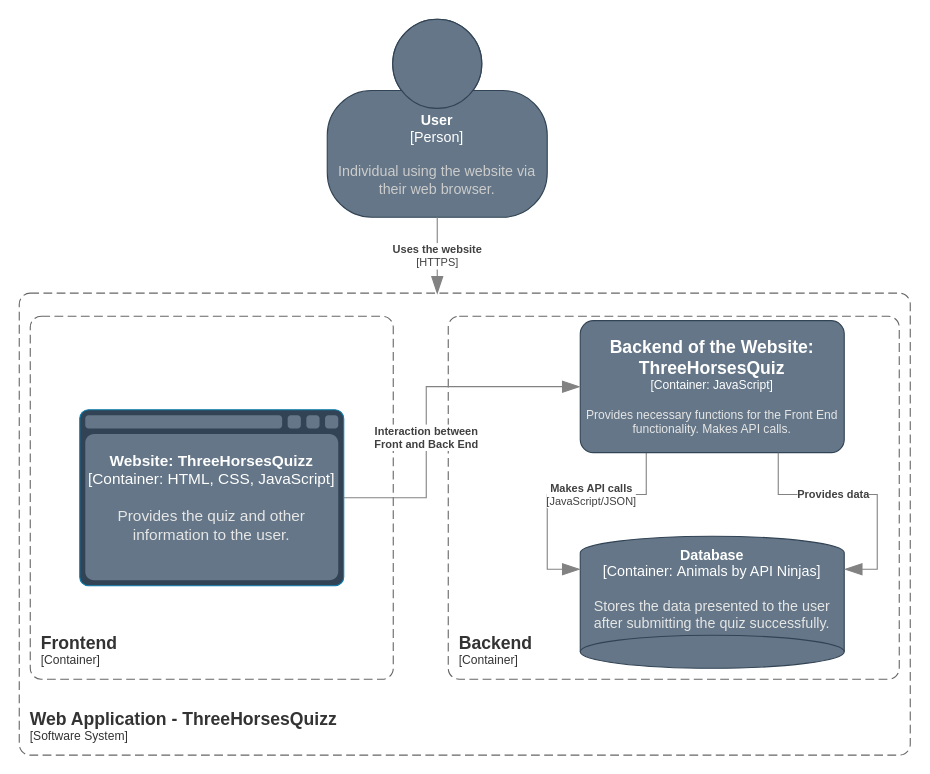
MeretAva/Project-JavaAndWebDev keeps this draw.io diagram as ArchitectureDiagram.drawio. Above is the earlier version. Source tidied: cells renumbered, new cells numbered last; positions are measured from the earlier drawing's top-left corner, leaving out a move shared by most shapes. Both pictures are drawn from the tidied source at 110%, with x=0, y=0 at pixel (19, 19).
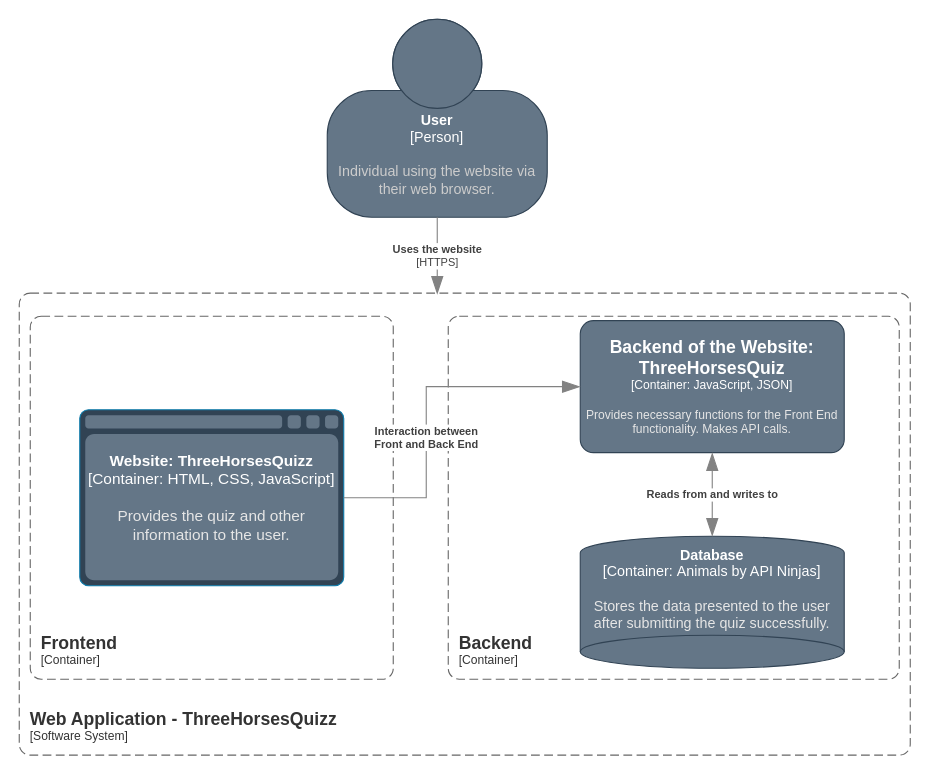
After the change.

The change refers to these unchanged cells:
```xml
<object id="3" label="&lt;font style=&quot;font-size: 13px;&quot;&gt;&lt;b style=&quot;font-size: 13px;&quot;&gt;%c4Name%&lt;/b&gt;&lt;/font&gt;&lt;div style=&quot;font-size: 13px;&quot;&gt;[%c4Type%:&amp;nbsp;%c4Technology%]&lt;/div&gt;&lt;br style=&quot;font-size: 13px;&quot;&gt;&lt;div style=&quot;font-size: 13px;&quot;&gt;&lt;font style=&quot;font-size: 13px;&quot;&gt;&lt;font color=&quot;#E6E6E6&quot; style=&quot;font-size: 13px;&quot;&gt;%c4Description%&lt;/font&gt;&lt;/font&gt;&lt;/div&gt;" c4Description="Stores the data presented to the user after submitting the quiz successfully." c4Name="Database" c4Technology="Animals by API Ninjas" c4Type="Container" placeholders="1">
  <mxCell style="shape=cylinder3;size=15;whiteSpace=wrap;html=1;boundedLbl=1;rounded=0;labelBackgroundColor=none;fillColor=#647687;fontSize=13;fontColor=#ffffff;align=center;strokeColor=#314354;points=[[0.5,0,0],[1,0.25,0],[1,0.5,0],[1,0.75,0],[0.5,1,0],[0,0.75,0],[0,0.5,0],[0,0.25,0]];direction=west;" parent="1" vertex="1">
    <mxGeometry x="510" y="470" width="240" height="120" as="geometry" />
  </mxCell>
</object>
```

Diff of the diagram source:
```diff
@@
-    <object id="9" label="&lt;div style=&quot;text-align: left&quot;&gt;&lt;div style=&quot;text-align: center&quot;&gt;&lt;b&gt;%c4Description%&lt;/b&gt;&lt;/div&gt;&lt;div style=&quot;text-align: center&quot;&gt;[%c4Technology%]&lt;/div&gt;&lt;/div&gt;" c4Description="Makes API calls" c4Technology="JavaScript/JSON" placeholders="1">
-      <mxCell style="endArrow=blockThin;html=1;fontSize=10;fontColor=#404040;strokeWidth=1;endFill=1;strokeColor=#828282;elbow=vertical;endSize=14;startSize=14;jumpStyle=arc;jumpSize=16;rounded=0;edgeStyle=orthogonalEdgeStyle;exitX=0.25;exitY=1;exitDx=0;exitDy=0;exitPerimeter=0;entryX=1;entryY=0.75;entryDx=0;entryDy=0;entryPerimeter=0;" parent="1" edge="1" source="10" target="3">
-        <mxGeometry x="-0.22" relative="1" as="geometry">
-          <Array as="points">
-            <mxPoint x="570" y="432" />
-            <mxPoint x="480" y="432" />
-            <mxPoint x="480" y="500" />
-          </Array>
-        </mxGeometry>
-      </mxCell>
-    </object>
-    <object id="10" label="&lt;font style=&quot;font-size: 16px&quot;&gt;&lt;b&gt;%c4Name%&lt;/b&gt;&lt;/font&gt;&lt;div&gt;[%c4Type%: %c4Technology%]&lt;/div&gt;&lt;br&gt;&lt;div&gt;&lt;font style=&quot;font-size: 11px&quot;&gt;&lt;font color=&quot;#E6E6E6&quot;&gt;%c4Description%&lt;/font&gt;&lt;/div&gt;" c4Description="Provides necessary functions for the Front End functionality. Makes API calls." c4Name="Backend of the Website: ThreeHorsesQuiz" c4Technology="JavaScript" c4Type="Container" placeholders="1">
+    <object id="10" label="&lt;font style=&quot;font-size: 16px&quot;&gt;&lt;b&gt;%c4Name%&lt;/b&gt;&lt;/font&gt;&lt;div&gt;[%c4Type%: %c4Technology%]&lt;/div&gt;&lt;br&gt;&lt;div&gt;&lt;font style=&quot;font-size: 11px&quot;&gt;&lt;font color=&quot;#E6E6E6&quot;&gt;%c4Description%&lt;/font&gt;&lt;/div&gt;" c4Description="Provides necessary functions for the Front End functionality. Makes API calls." c4Name="Backend of the Website: ThreeHorsesQuiz" c4Technology="JavaScript, JSON" c4Type="Container" placeholders="1">
       <mxCell style="rounded=1;whiteSpace=wrap;html=1;fontSize=11;labelBackgroundColor=none;fillColor=#647687;fontColor=#ffffff;align=center;arcSize=10;strokeColor=#314354;points=[[0.25,0,0],[0.5,0,0],[0.75,0,0],[1,0.25,0],[1,0.5,0],[1,0.75,0],[0.75,1,0],[0.5,1,0],[0.25,1,0],[0,0.75,0],[0,0.5,0],[0,0.25,0]];" parent="1" vertex="1">
         <mxGeometry x="510" y="274" width="240" height="120" as="geometry" />
       </mxCell>
     </object>
-    <object id="11" label="&lt;div style=&quot;text-align: left&quot;&gt;&lt;div style=&quot;text-align: center&quot;&gt;&lt;b&gt;%c4Description%&lt;/b&gt;&lt;/div&gt;" c4Description="Provides data" placeholders="1">
-      <mxCell style="endArrow=blockThin;html=1;fontSize=10;fontColor=#404040;strokeWidth=1;endFill=1;strokeColor=#828282;elbow=vertical;endSize=14;startSize=14;jumpStyle=arc;jumpSize=16;rounded=0;edgeStyle=orthogonalEdgeStyle;entryX=0;entryY=0.75;entryDx=0;entryDy=0;entryPerimeter=0;exitX=0.75;exitY=1;exitDx=0;exitDy=0;exitPerimeter=0;" parent="1" edge="1" source="10" target="3">
-        <mxGeometry x="-0.22" relative="1" as="geometry">
-          <Array as="points">
-            <mxPoint x="690" y="432" />
-            <mxPoint x="780" y="432" />
-            <mxPoint x="780" y="500" />
-          </Array>
-        </mxGeometry>
-      </mxCell>
-    </object>
@@
+    <object id="13" label="&lt;div style=&quot;text-align: left&quot;&gt;&lt;div style=&quot;text-align: center&quot;&gt;&lt;b&gt;%c4Description%&lt;/b&gt;&lt;/div&gt;" c4Description="Reads from and writes to" placeholders="1">
+      <mxCell style="endArrow=blockThin;html=1;fontSize=10;fontColor=#404040;strokeWidth=1;endFill=1;strokeColor=#828282;elbow=vertical;endSize=14;startSize=14;jumpStyle=arc;jumpSize=16;rounded=0;edgeStyle=orthogonalEdgeStyle;entryX=0.5;entryY=1;entryDx=0;entryDy=0;entryPerimeter=0;exitX=0.5;exitY=1;exitDx=0;exitDy=0;exitPerimeter=0;startArrow=blockThin;startFill=1;" parent="1" edge="1" source="3" target="10">
+        <mxGeometry relative="1" as="geometry" />
+      </mxCell>
+    </object>
```
